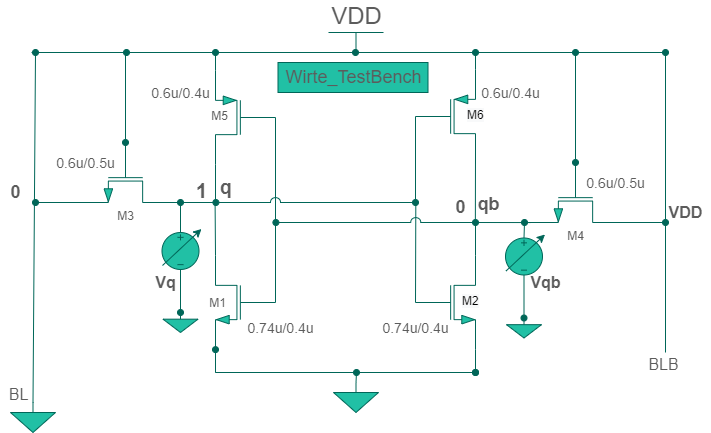
The draw.io diagram Images/Write_TestBench.png in Khadgaray/6T_SRAM, before a commit. Source tidied: cells renumbered, new cells last; positions are measured from the earlier drawing's top-left corner, leaving out a move shared by most shapes. Source of this version:
```xml
<mxGraphModel>
  <root>
    <mxCell id="0" />
    <mxCell id="1" parent="0" />
    <mxCell id="2" style="verticalLabelPosition=bottom;shadow=0;align=center;html=1;verticalAlign=top;shape=mxgraph.electrical.transistors.pmos;rotation=-180;flipV=1;fillColor=#21C0A5;strokeColor=#006658;fontColor=#5C5C5C;" parent="1" vertex="1">
      <mxGeometry x="215" y="45" width="60" height="100" as="geometry" />
    </mxCell>
    <mxCell id="3" style="verticalLabelPosition=bottom;shadow=0;dashed=0;align=center;html=1;verticalAlign=top;shape=mxgraph.electrical.transistors.pmos;fillColor=#21C0A5;strokeColor=#006658;fontColor=#5C5C5C;" parent="1" vertex="1">
      <mxGeometry x="415" y="44" width="60" height="100" as="geometry" />
    </mxCell>
    <mxCell id="4" style="edgeStyle=orthogonalEdgeStyle;rounded=0;sketch=0;jettySize=auto;html=1;exitX=1;exitY=1;exitDx=0;exitDy=0;exitPerimeter=0;fontColor=#5C5C5C;startArrow=none;startFill=0;endArrow=oval;endFill=1;strokeColor=#006658;fillColor=#21C0A5;" parent="1" edge="1" source="5">
      <mxGeometry relative="1" as="geometry">
        <mxPoint x="475" y="350" as="targetPoint" />
      </mxGeometry>
    </mxCell>
    <mxCell id="5" style="verticalLabelPosition=bottom;shadow=0;align=center;html=1;verticalAlign=top;shape=mxgraph.electrical.transistors.nmos;fillColor=#21C0A5;strokeColor=#006658;fontColor=#5C5C5C;" parent="1" vertex="1">
      <mxGeometry x="415" y="230" width="60" height="100" as="geometry" />
    </mxCell>
    <mxCell id="6" style="edgeStyle=orthogonalEdgeStyle;rounded=0;sketch=0;jettySize=auto;html=1;exitX=1;exitY=1;exitDx=0;exitDy=0;exitPerimeter=0;fontColor=#5C5C5C;startArrow=oval;startFill=1;endArrow=oval;endFill=1;strokeColor=#006658;fillColor=#21C0A5;" parent="1" edge="1" source="8">
      <mxGeometry relative="1" as="geometry">
        <mxPoint x="475" y="350" as="targetPoint" />
        <Array as="points">
          <mxPoint x="215" y="350" />
          <mxPoint x="475" y="350" />
        </Array>
      </mxGeometry>
    </mxCell>
    <mxCell id="7" style="edgeStyle=orthogonalEdgeStyle;rounded=0;sketch=0;jettySize=auto;html=1;exitX=1;exitY=1;exitDx=0;exitDy=0;exitPerimeter=0;fontColor=#5C5C5C;startArrow=none;startFill=0;endArrow=none;endFill=0;strokeColor=#006658;fillColor=#21C0A5;" parent="1" edge="1" source="8">
      <mxGeometry relative="1" as="geometry">
        <mxPoint x="215" y="350" as="targetPoint" />
      </mxGeometry>
    </mxCell>
    <mxCell id="8" style="verticalLabelPosition=bottom;shadow=0;dashed=0;align=center;html=1;verticalAlign=top;shape=mxgraph.electrical.transistors.nmos;rotation=-180;flipV=1;fillColor=#21C0A5;strokeColor=#006658;fontColor=#5C5C5C;" parent="1" vertex="1">
      <mxGeometry x="215" y="230" width="60" height="100" as="geometry" />
    </mxCell>
    <mxCell id="9" style="endArrow=none;html=1;exitX=0.993;exitY=1.069;exitDx=0;exitDy=0;exitPerimeter=0;strokeColor=#006658;fontColor=#5C5C5C;" parent="1" edge="1">
      <mxGeometry relative="1" as="geometry">
        <mxPoint x="474.9" y="201.4" as="sourcePoint" />
        <mxPoint x="475" y="130" as="targetPoint" />
      </mxGeometry>
    </mxCell>
    <mxCell id="10" style="endArrow=none;html=1;entryX=0;entryY=0.5;entryDx=0;entryDy=0;entryPerimeter=0;strokeColor=#006658;fontColor=#5C5C5C;" parent="1" edge="1" target="3">
      <mxGeometry relative="1" as="geometry">
        <mxPoint x="415" y="180" as="sourcePoint" />
      </mxGeometry>
    </mxCell>
    <mxCell id="11" style="endArrow=none;html=1;entryX=1;entryY=0;entryDx=0;entryDy=0;entryPerimeter=0;edgeStyle=orthogonalEdgeStyle;rounded=0;startArrow=oval;startFill=1;strokeColor=#006658;fontColor=#5C5C5C;" parent="1" edge="1" target="3">
      <mxGeometry relative="1" as="geometry">
        <mxPoint x="355" y="30" as="sourcePoint" />
        <Array as="points">
          <mxPoint x="475" y="30" />
        </Array>
      </mxGeometry>
    </mxCell>
    <mxCell id="12" style="edgeStyle=orthogonalEdgeStyle;rounded=0;jettySize=auto;html=1;exitX=0;exitY=0.5;exitDx=0;exitDy=0;exitPerimeter=0;fontSize=16;startArrow=oval;startFill=1;endArrow=oval;endFill=1;strokeColor=#006658;fontColor=#5C5C5C;" parent="1" edge="1" source="13">
      <mxGeometry relative="1" as="geometry">
        <mxPoint x="215" y="30" as="targetPoint" />
        <Array as="points">
          <mxPoint x="125" y="30" />
        </Array>
      </mxGeometry>
    </mxCell>
    <mxCell id="13" value="M3" style="verticalLabelPosition=bottom;shadow=0;dashed=0;align=center;html=1;verticalAlign=top;shape=mxgraph.electrical.transistors.nmos;direction=south;fillColor=#21C0A5;strokeColor=#006658;fontColor=#5C5C5C;" parent="1" vertex="1">
      <mxGeometry x="75" y="120" width="100" height="60" as="geometry" />
    </mxCell>
    <mxCell id="14" style="edgeStyle=orthogonalEdgeStyle;rounded=0;jettySize=auto;html=1;exitX=0;exitY=0.5;exitDx=0;exitDy=0;exitPerimeter=0;fontSize=16;startArrow=oval;startFill=1;endArrow=oval;endFill=1;strokeColor=#006658;fontColor=#5C5C5C;" parent="1" edge="1" source="15">
      <mxGeometry relative="1" as="geometry">
        <mxPoint x="475" y="30" as="targetPoint" />
        <Array as="points">
          <mxPoint x="575" y="30" />
        </Array>
      </mxGeometry>
    </mxCell>
    <mxCell id="15" value="M4" style="verticalLabelPosition=bottom;shadow=0;dashed=0;align=center;html=1;verticalAlign=top;shape=mxgraph.electrical.transistors.nmos;direction=south;fillColor=#21C0A5;strokeColor=#006658;fontColor=#5C5C5C;" parent="1" vertex="1">
      <mxGeometry x="525" y="140" width="100" height="60" as="geometry" />
    </mxCell>
    <mxCell id="16" style="endArrow=none;html=1;strokeColor=#006658;fontColor=#5C5C5C;" parent="1" edge="1">
      <mxGeometry relative="1" as="geometry">
        <mxPoint x="145" y="180" as="sourcePoint" />
        <mxPoint x="215" y="180" as="targetPoint" />
      </mxGeometry>
    </mxCell>
    <mxCell id="17" style="endArrow=none;html=1;entryX=1.001;entryY=1.675;entryDx=0;entryDy=0;entryPerimeter=0;strokeColor=#006658;fontColor=#5C5C5C;" parent="1" edge="1" target="15">
      <mxGeometry relative="1" as="geometry">
        <mxPoint x="475" y="200" as="sourcePoint" />
      </mxGeometry>
    </mxCell>
    <mxCell id="18" value="M1" style="text;html=1;align=center;verticalAlign=middle;fillColor=none;strokeColor=none;rounded=0;fontColor=#5C5C5C;" parent="1" vertex="1">
      <mxGeometry x="202" y="270" width="30" height="20" as="geometry" />
    </mxCell>
    <mxCell id="19" value="M5" style="text;html=1;align=center;verticalAlign=middle;fillColor=none;strokeColor=none;rounded=0;fontColor=#5C5C5C;" parent="1" vertex="1">
      <mxGeometry x="204" y="83" width="30" height="20" as="geometry" />
    </mxCell>
    <mxCell id="20" value="&lt;span style=&quot;color: rgb(0 , 0 , 0) ; font-family: &amp;#34;helvetica&amp;#34; ; font-size: 12px ; font-style: normal ; font-weight: 400 ; letter-spacing: normal ; text-align: center ; text-indent: 0px ; text-transform: none ; word-spacing: 0px ; background-color: rgb(248 , 249 , 250) ; display: inline ; float: none&quot;&gt;M6&lt;/span&gt;" style="text;whiteSpace=wrap;html=1;fontColor=#5C5C5C;" parent="1" vertex="1">
      <mxGeometry x="465" y="79" width="40" height="30" as="geometry" />
    </mxCell>
    <mxCell id="21" value="&lt;span style=&quot;color: rgb(0 , 0 , 0) ; font-family: &amp;#34;helvetica&amp;#34; ; font-size: 12px ; font-style: normal ; font-weight: 400 ; letter-spacing: normal ; text-align: center ; text-indent: 0px ; text-transform: none ; word-spacing: 0px ; background-color: rgb(248 , 249 , 250) ; display: inline ; float: none&quot;&gt;M2&lt;/span&gt;" style="text;whiteSpace=wrap;html=1;fontColor=#5C5C5C;" parent="1" vertex="1">
      <mxGeometry x="460" y="265" width="40" height="30" as="geometry" />
    </mxCell>
    <mxCell id="22" value="VDD" style="verticalLabelPosition=top;verticalAlign=bottom;shape=mxgraph.electrical.signal_sources.vdd;shadow=0;dashed=0;align=center;strokeWidth=1;fontSize=24;html=1;flipV=1;fillColor=#21C0A5;strokeColor=#006658;fontColor=#5C5C5C;" parent="1" vertex="1">
      <mxGeometry x="328" y="10" width="55" height="20" as="geometry" />
    </mxCell>
    <mxCell id="23" style="edgeStyle=orthogonalEdgeStyle;rounded=0;sketch=0;jettySize=auto;html=1;exitX=0.5;exitY=0;exitDx=0;exitDy=0;exitPerimeter=0;fontColor=#5C5C5C;startArrow=none;startFill=0;endArrow=oval;endFill=1;strokeColor=#006658;fillColor=#21C0A5;" parent="1" edge="1" source="24">
      <mxGeometry relative="1" as="geometry">
        <mxPoint x="356" y="350" as="targetPoint" />
      </mxGeometry>
    </mxCell>
    <mxCell id="24" style="verticalLabelPosition=bottom;shadow=0;dashed=0;align=center;html=1;verticalAlign=top;shape=mxgraph.electrical.signal_sources.signal_ground;fillColor=#21C0A5;strokeColor=#006658;fontColor=#5C5C5C;" parent="1" vertex="1">
      <mxGeometry x="333" y="360" width="45" height="30" as="geometry" />
    </mxCell>
    <mxCell id="25" style="endArrow=oval;html=1;strokeColor=#006658;fontColor=#5C5C5C;endFill=1;" parent="1" edge="1">
      <mxGeometry relative="1" as="geometry">
        <mxPoint x="665" y="330" as="sourcePoint" />
        <mxPoint x="665" y="30" as="targetPoint" />
      </mxGeometry>
    </mxCell>
    <mxCell id="26" style="endArrow=oval;html=1;strokeColor=#006658;fontColor=#5C5C5C;endFill=1;exitX=0.5;exitY=0;exitDx=0;exitDy=0;exitPerimeter=0;" parent="1" edge="1" source="66">
      <mxGeometry relative="1" as="geometry">
        <mxPoint x="35" y="30" as="targetPoint" />
      </mxGeometry>
    </mxCell>
    <mxCell id="27" style="endArrow=oval;html=1;endFill=1;strokeColor=#006658;fontColor=#5C5C5C;" parent="1" edge="1">
      <mxGeometry relative="1" as="geometry">
        <mxPoint x="605" y="200" as="sourcePoint" />
        <mxPoint x="665" y="200" as="targetPoint" />
      </mxGeometry>
    </mxCell>
    <mxCell id="28" style="endArrow=none;html=1;endFill=0;startArrow=oval;startFill=1;entryX=1;entryY=1.679;entryDx=0;entryDy=0;entryPerimeter=0;strokeColor=#006658;fontColor=#5C5C5C;" parent="1" edge="1" target="13">
      <mxGeometry relative="1" as="geometry">
        <mxPoint x="35" y="180" as="sourcePoint" />
      </mxGeometry>
    </mxCell>
    <mxCell id="29" value="qb" style="text;html=1;align=center;verticalAlign=middle;fillColor=none;strokeColor=none;rounded=0;fontSize=18;fontColor=#5C5C5C;fontStyle=1;" parent="1" vertex="1">
      <mxGeometry x="468" y="167" width="40" height="30" as="geometry" />
    </mxCell>
    <mxCell id="30" value="0.6u/0.5u" style="text;html=1;align=center;verticalAlign=middle;fillColor=none;strokeColor=none;rounded=0;fontSize=14;fontColor=#5C5C5C;" parent="1" vertex="1">
      <mxGeometry x="50" y="130" width="70" height="20" as="geometry" />
    </mxCell>
    <mxCell id="31" value="0.6u/0.5u" style="text;html=1;align=center;verticalAlign=middle;fillColor=none;strokeColor=none;rounded=0;strokeWidth=1;fontSize=14;fontColor=#5C5C5C;" parent="1" vertex="1">
      <mxGeometry x="580" y="150" width="70" height="20" as="geometry" />
    </mxCell>
    <mxCell id="32" value="0.74u/0.4u" style="text;html=1;align=center;verticalAlign=middle;fillColor=none;strokeColor=none;rounded=0;fontSize=14;fontColor=#5C5C5C;" parent="1" vertex="1">
      <mxGeometry x="240" y="295" width="80" height="20" as="geometry" />
    </mxCell>
    <mxCell id="33" value="0.74u/0.4u" style="text;html=1;align=center;verticalAlign=middle;fillColor=none;strokeColor=none;rounded=0;fontSize=14;fontColor=#5C5C5C;" parent="1" vertex="1">
      <mxGeometry x="375" y="295" width="80" height="20" as="geometry" />
    </mxCell>
    <mxCell id="34" value="0.6u/0.4u" style="text;html=1;align=center;verticalAlign=middle;fillColor=none;strokeColor=none;rounded=0;fontSize=14;fontColor=#5C5C5C;" parent="1" vertex="1">
      <mxGeometry x="145" y="60" width="70" height="20" as="geometry" />
    </mxCell>
    <mxCell id="35" value="0.6u/0.4u" style="text;html=1;align=center;verticalAlign=middle;fillColor=none;strokeColor=none;rounded=0;fontSize=14;fontColor=#5C5C5C;" parent="1" vertex="1">
      <mxGeometry x="475" y="60" width="70" height="20" as="geometry" />
    </mxCell>
    <mxCell id="36" style="endArrow=none;html=1;entryX=1;entryY=1;entryDx=0;entryDy=0;entryPerimeter=0;strokeColor=#006658;fontColor=#5C5C5C;" parent="1" edge="1" target="2">
      <mxGeometry relative="1" as="geometry">
        <mxPoint x="215" y="180" as="sourcePoint" />
      </mxGeometry>
    </mxCell>
    <mxCell id="37" style="endArrow=none;html=1;exitX=1;exitY=0;exitDx=0;exitDy=0;exitPerimeter=0;entryX=0.13;entryY=0.05;entryDx=0;entryDy=0;entryPerimeter=0;strokeColor=#006658;fontColor=#5C5C5C;" parent="1" edge="1" source="8">
      <mxGeometry relative="1" as="geometry">
        <mxPoint x="214.6" y="181" as="targetPoint" />
      </mxGeometry>
    </mxCell>
    <mxCell id="38" value="1" style="text;html=1;align=center;verticalAlign=middle;strokeColor=none;fontSize=20;fontStyle=1;fontColor=#5C5C5C;" parent="1" vertex="1">
      <mxGeometry x="186" y="153" width="30" height="30" as="geometry" />
    </mxCell>
    <mxCell id="39" style="endArrow=none;html=1;exitX=0;exitY=0.5;exitDx=0;exitDy=0;exitPerimeter=0;strokeColor=#006658;fontColor=#5C5C5C;" parent="1" edge="1" source="8">
      <mxGeometry relative="1" as="geometry">
        <mxPoint x="275" y="200" as="targetPoint" />
      </mxGeometry>
    </mxCell>
    <mxCell id="40" style="endArrow=none;html=1;entryX=0;entryY=0.5;entryDx=0;entryDy=0;entryPerimeter=0;strokeColor=#006658;fontColor=#5C5C5C;" parent="1" edge="1" target="2">
      <mxGeometry relative="1" as="geometry">
        <mxPoint x="275" y="200" as="sourcePoint" />
      </mxGeometry>
    </mxCell>
    <mxCell id="41" style="endArrow=none;html=1;entryX=0.5;entryY=0;entryDx=0;entryDy=0;entryPerimeter=0;rounded=0;exitX=1;exitY=0;exitDx=0;exitDy=0;exitPerimeter=0;strokeColor=#006658;fontColor=#5C5C5C;" parent="1" edge="1" source="2" target="22">
      <mxGeometry relative="1" as="geometry">
        <Array as="points">
          <mxPoint x="215" y="30" />
        </Array>
      </mxGeometry>
    </mxCell>
    <mxCell id="42" style="endArrow=none;html=1;entryX=1;entryY=1;entryDx=0;entryDy=0;entryPerimeter=0;strokeColor=#006658;fontColor=#5C5C5C;" parent="1" edge="1">
      <mxGeometry relative="1" as="geometry">
        <mxPoint x="475" y="232.9" as="sourcePoint" />
        <mxPoint x="475" y="200" as="targetPoint" />
      </mxGeometry>
    </mxCell>
    <mxCell id="43" style="endArrow=none;html=1;entryX=1;entryY=1;entryDx=0;entryDy=0;entryPerimeter=0;exitX=0;exitY=0.5;exitDx=0;exitDy=0;exitPerimeter=0;strokeColor=#006658;fontColor=#5C5C5C;" parent="1" edge="1" source="5">
      <mxGeometry relative="1" as="geometry">
        <mxPoint x="415.3" y="180" as="targetPoint" />
      </mxGeometry>
    </mxCell>
    <mxCell id="44" value="VDD" style="text;html=1;align=center;verticalAlign=middle;strokeColor=none;fontColor=#5C5C5C;fontSize=16;fontStyle=1;" parent="1" vertex="1">
      <mxGeometry x="660" y="180" width="50" height="20" as="geometry" />
    </mxCell>
    <mxCell id="45" style="endArrow=oval;html=1;exitX=1.02;exitY=1.05;exitDx=0;exitDy=0;exitPerimeter=0;startArrow=oval;startFill=1;endFill=1;jumpStyle=arc;jumpSize=10;strokeColor=#006658;fontColor=#5C5C5C;" parent="1" edge="1">
      <mxGeometry relative="1" as="geometry">
        <mxPoint x="215.4" y="180" as="sourcePoint" />
        <mxPoint x="415" y="180" as="targetPoint" />
      </mxGeometry>
    </mxCell>
    <mxCell id="46" style="endArrow=oval;html=1;exitX=1.02;exitY=1.05;exitDx=0;exitDy=0;exitPerimeter=0;startArrow=oval;startFill=1;endFill=1;jumpStyle=arc;jumpSize=10;strokeColor=#006658;fontColor=#5C5C5C;" parent="1" edge="1">
      <mxGeometry relative="1" as="geometry">
        <mxPoint x="275.4" y="200" as="sourcePoint" />
        <mxPoint x="475" y="200" as="targetPoint" />
      </mxGeometry>
    </mxCell>
    <mxCell id="47" value="&lt;font style=&quot;font-size: 18px&quot;&gt;&lt;b&gt;0&lt;/b&gt;&lt;/font&gt;" style="text;html=1;align=center;verticalAlign=middle;strokeColor=none;fontSize=17;fontColor=#5C5C5C;" parent="1" vertex="1">
      <mxGeometry x="445" y="170" width="30" height="30" as="geometry" />
    </mxCell>
    <mxCell id="48" value="&lt;b&gt;q&lt;/b&gt;" style="text;html=1;align=center;verticalAlign=middle;strokeColor=none;fontSize=19;fontColor=#5C5C5C;" parent="1" vertex="1">
      <mxGeometry x="210" y="150" width="30" height="30" as="geometry" />
    </mxCell>
    <mxCell id="49" value="&lt;font style=&quot;font-size: 18px&quot;&gt;Wirte_TestBench&lt;/font&gt;" style="text;html=1;align=center;verticalAlign=middle;strokeColor=#006658;fillColor=#21C0A5;fontColor=#5C5C5C;fontFamily=Helvetica;fontSize=18;" parent="1" vertex="1">
      <mxGeometry x="277.5" y="40" width="150" height="30" as="geometry" />
    </mxCell>
    <mxCell id="50" style="edgeStyle=orthogonalEdgeStyle;rounded=0;jettySize=auto;html=1;exitX=0.5;exitY=0;exitDx=0;exitDy=0;exitPerimeter=0;endArrow=oval;endFill=1;strokeColor=#006658;fontColor=#5C5C5C;" parent="1" edge="1" source="52">
      <mxGeometry relative="1" as="geometry">
        <mxPoint x="180" y="180" as="targetPoint" />
      </mxGeometry>
    </mxCell>
    <mxCell id="51" style="edgeStyle=orthogonalEdgeStyle;rounded=0;jettySize=auto;html=1;exitX=0.5;exitY=1;exitDx=0;exitDy=0;exitPerimeter=0;endArrow=oval;endFill=1;strokeColor=#006658;fontColor=#5C5C5C;" parent="1" edge="1" source="52">
      <mxGeometry relative="1" as="geometry">
        <mxPoint x="180" y="290" as="targetPoint" />
      </mxGeometry>
    </mxCell>
    <mxCell id="52" style="verticalLabelPosition=bottom;shadow=0;dashed=0;align=center;html=1;verticalAlign=top;shape=mxgraph.electrical.signal_sources.source;points=[[0.5,0,0],[1,0.5,0],[0.5,1,0],[0,0.5,0]];elSignalType=dc3;fillColor=#21C0A5;strokeColor=#006658;fontColor=#5C5C5C;" parent="1" vertex="1">
      <mxGeometry x="161.5" y="210" width="37" height="37" as="geometry" />
    </mxCell>
    <mxCell id="53" style="verticalLabelPosition=bottom;shadow=0;dashed=0;align=center;html=1;verticalAlign=top;shape=mxgraph.electrical.signal_sources.signal_ground;fillColor=#21C0A5;strokeColor=#006658;fontColor=#5C5C5C;" parent="1" vertex="1">
      <mxGeometry x="162.5" y="290" width="35" height="20" as="geometry" />
    </mxCell>
    <mxCell id="54" style="endArrow=classic;startArrow=none;html=1;startFill=0;strokeColor=#006658;fontColor=#5C5C5C;" parent="1" edge="1">
      <mxGeometry relative="1" as="geometry">
        <mxPoint x="162" y="243" as="sourcePoint" />
        <mxPoint x="201" y="206.5" as="targetPoint" />
      </mxGeometry>
    </mxCell>
    <mxCell id="55" style="edgeStyle=orthogonalEdgeStyle;rounded=0;jettySize=auto;html=1;exitX=0.5;exitY=1;exitDx=0;exitDy=0;exitPerimeter=0;entryX=0.5;entryY=0;entryDx=0;entryDy=0;entryPerimeter=0;startArrow=none;startFill=0;endArrow=oval;endFill=1;strokeColor=#006658;fontColor=#5C5C5C;" parent="1" edge="1" source="57" target="58">
      <mxGeometry relative="1" as="geometry" />
    </mxCell>
    <mxCell id="56" style="edgeStyle=orthogonalEdgeStyle;rounded=0;jettySize=auto;html=1;exitX=0.5;exitY=0;exitDx=0;exitDy=0;exitPerimeter=0;startArrow=none;startFill=0;endArrow=oval;endFill=1;strokeColor=#006658;fontColor=#5C5C5C;" parent="1" edge="1" source="57">
      <mxGeometry relative="1" as="geometry">
        <mxPoint x="524" y="200" as="targetPoint" />
      </mxGeometry>
    </mxCell>
    <mxCell id="57" style="verticalLabelPosition=bottom;shadow=0;dashed=0;align=center;html=1;verticalAlign=top;shape=mxgraph.electrical.signal_sources.source;points=[[0.5,0,0],[1,0.5,0],[0.5,1,0],[0,0.5,0]];elSignalType=dc3;fillColor=#21C0A5;strokeColor=#006658;fontColor=#5C5C5C;" parent="1" vertex="1">
      <mxGeometry x="505" y="215.5" width="37" height="37" as="geometry" />
    </mxCell>
    <mxCell id="58" style="verticalLabelPosition=bottom;shadow=0;dashed=0;align=center;html=1;verticalAlign=top;shape=mxgraph.electrical.signal_sources.signal_ground;fillColor=#21C0A5;strokeColor=#006658;fontColor=#5C5C5C;" parent="1" vertex="1">
      <mxGeometry x="506" y="295.5" width="35" height="20" as="geometry" />
    </mxCell>
    <mxCell id="59" style="endArrow=classic;startArrow=none;html=1;startFill=0;strokeColor=#006658;fontColor=#5C5C5C;" parent="1" edge="1">
      <mxGeometry relative="1" as="geometry">
        <mxPoint x="505.5" y="248.5" as="sourcePoint" />
        <mxPoint x="544.5" y="212" as="targetPoint" />
      </mxGeometry>
    </mxCell>
    <mxCell id="60" value="Vq" style="text;html=1;align=center;verticalAlign=middle;strokeColor=none;fillColor=none;fontSize=16;fontStyle=1;fontColor=#5C5C5C;" parent="1" vertex="1">
      <mxGeometry x="145" y="250" width="40" height="20" as="geometry" />
    </mxCell>
    <mxCell id="61" value="Vqb" style="text;html=1;align=center;verticalAlign=middle;strokeColor=none;fillColor=none;fontSize=16;fontStyle=1;fontColor=#5C5C5C;" parent="1" vertex="1">
      <mxGeometry x="520" y="250" width="50" height="20" as="geometry" />
    </mxCell>
    <mxCell id="62" value="BLB" style="edgeLabel;html=1;align=center;verticalAlign=middle;fontColor=#5C5C5C;fontSize=16;" parent="1" vertex="1">
      <mxGeometry x="660" as="geometry">
        <mxPoint x="2" y="341" as="offset" />
      </mxGeometry>
    </mxCell>
    <mxCell id="63" value="BL" style="edgeLabel;html=1;align=center;verticalAlign=middle;fontColor=#5C5C5C;fontSize=16;" parent="1" vertex="1">
      <mxGeometry x="15" y="30" as="geometry">
        <mxPoint x="2" y="341" as="offset" />
      </mxGeometry>
    </mxCell>
    <mxCell id="64" style="endArrow=none;html=1;fontColor=#5C5C5C;strokeColor=#006658;fillColor=#21C0A5;startArrow=oval;startFill=1;" parent="1" edge="1">
      <mxGeometry relative="1" as="geometry">
        <mxPoint x="575" y="30" as="sourcePoint" />
        <mxPoint x="665" y="30" as="targetPoint" />
      </mxGeometry>
    </mxCell>
    <mxCell id="65" style="endArrow=oval;html=1;fontColor=#5C5C5C;strokeColor=#006658;fillColor=#21C0A5;startArrow=none;startFill=0;endFill=1;" parent="1" edge="1">
      <mxGeometry relative="1" as="geometry">
        <mxPoint x="31" y="30" as="sourcePoint" />
        <mxPoint x="126" y="30" as="targetPoint" />
      </mxGeometry>
    </mxCell>
    <mxCell id="66" style="verticalLabelPosition=bottom;shadow=0;dashed=0;align=center;html=1;verticalAlign=top;shape=mxgraph.electrical.signal_sources.signal_ground;fillColor=#21C0A5;strokeColor=#006658;fontColor=#5C5C5C;" parent="1" vertex="1">
      <mxGeometry x="10" y="380" width="45" height="30" as="geometry" />
    </mxCell>
    <mxCell id="67" value="&lt;font style=&quot;font-size: 18px&quot;&gt;&lt;b&gt;0&lt;/b&gt;&lt;/font&gt;" style="text;html=1;align=center;verticalAlign=middle;strokeColor=none;fontSize=17;fontColor=#5C5C5C;" parent="1" vertex="1">
      <mxGeometry y="155" width="30" height="30" as="geometry" />
    </mxCell>
  </root>
</mxGraphModel>
```
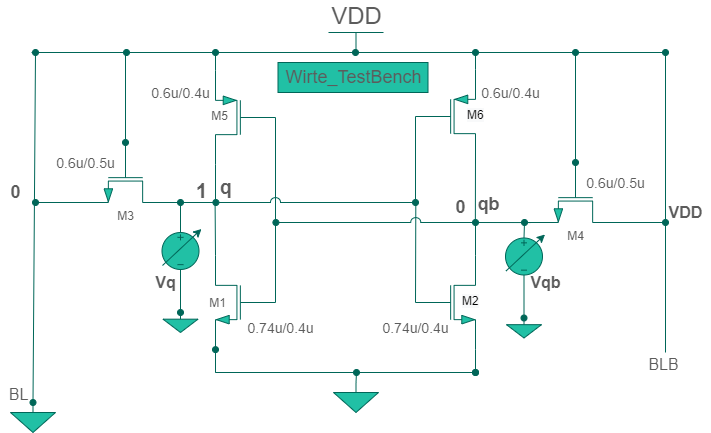
Later version of the same file.

What changed in the source:
```diff
@@ -114,7 +114,7 @@
         <mxPoint x="665" y="30" as="targetPoint" />
       </mxGeometry>
     </mxCell>
-    <mxCell id="26" style="endArrow=oval;html=1;strokeColor=#006658;fontColor=#5C5C5C;endFill=1;exitX=0.5;exitY=0;exitDx=0;exitDy=0;exitPerimeter=0;" parent="1" edge="1" source="66">
+    <mxCell id="26" style="endArrow=oval;html=1;strokeColor=#006658;fontColor=#5C5C5C;endFill=1;exitX=0.5;exitY=0;exitDx=0;exitDy=0;exitPerimeter=0;startArrow=oval;startFill=1;" parent="1" edge="1" source="66">
       <mxGeometry relative="1" as="geometry">
         <mxPoint x="35" y="30" as="targetPoint" />
       </mxGeometry>
```
